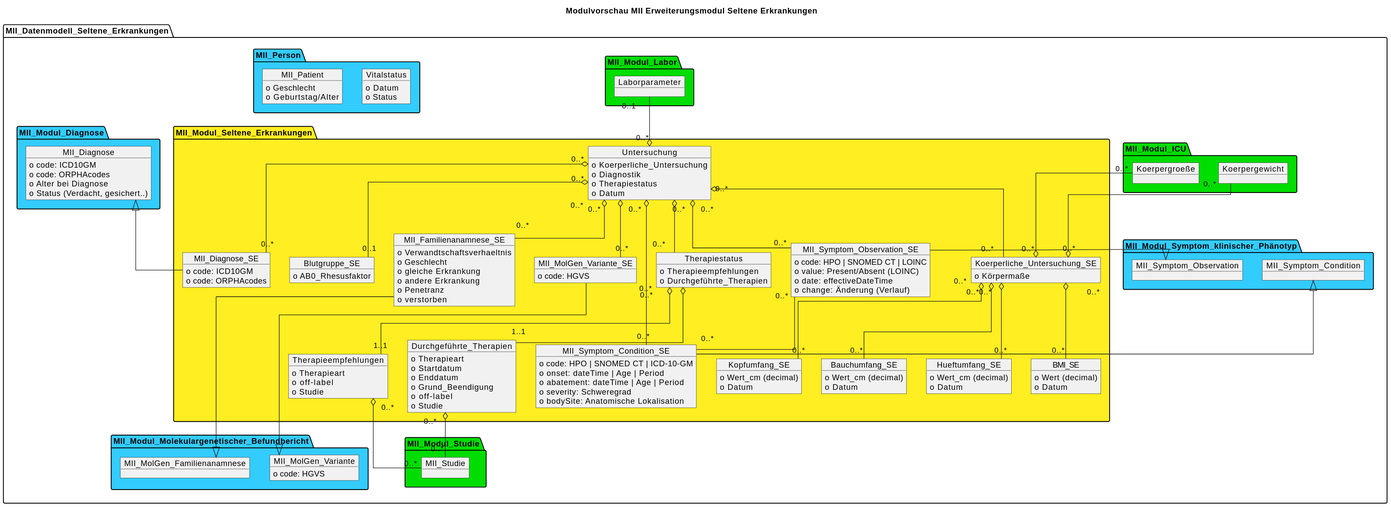
The PlantUML diagram information-model/MII_Datenmodell_Seltene_Erkrankungen_logisch.svg in medizininformatik-initiative/kerndatensatzmodul-seltene-erkrankungen, before a commit.
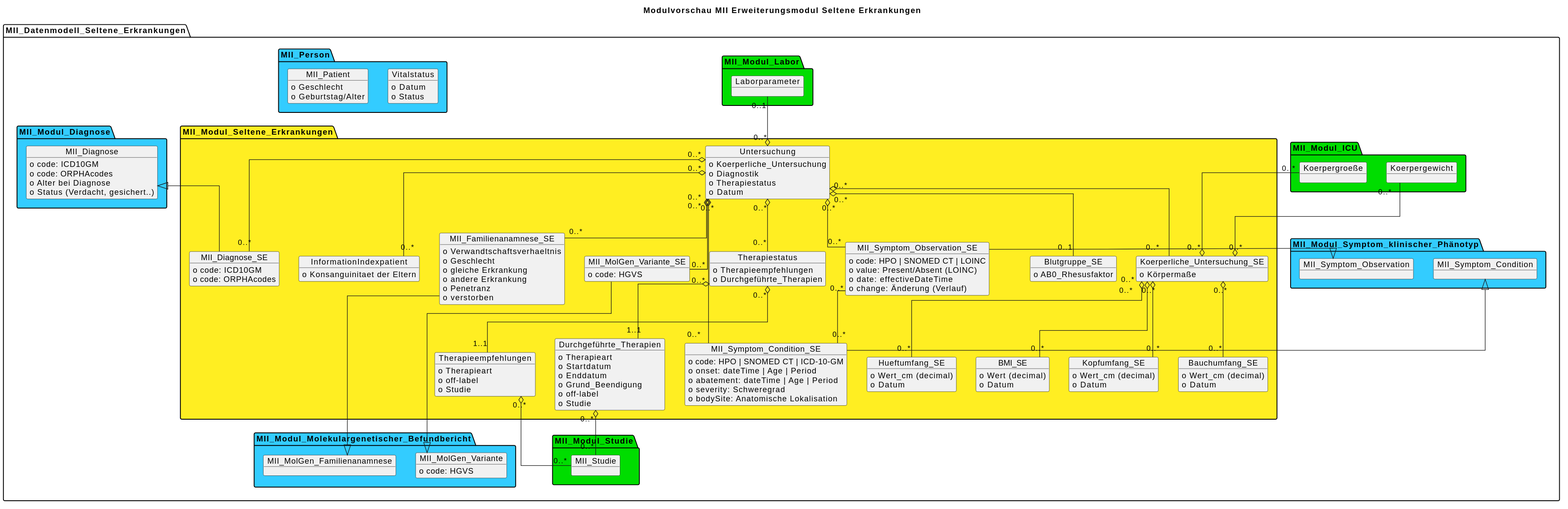
Above is the later version.

The edit, as a diff of the source:
```diff
@@ -100,6 +100,9 @@
     object Blutgruppe_SE {
       o AB0_Rhesusfaktor
     }
+    object InformationIndexpatient {
+      o Konsanguinitaet der Eltern
+    }
   }
   package "MII_Modul_ICU" #00DD00{
     object Koerpergewicht
@@ -147,6 +150,7 @@
   Untersuchung "0..*" o-- "0..1" Blutgruppe_SE
   Untersuchung "0..*" o-- "0..*" MII_Symptom_Condition_SE
   Untersuchung "0..*" o-- "0..*" Therapiestatus
+  Untersuchung "0..*" o-- "0..*" InformationIndexpatient
   Therapiestatus "0..*" o-down- "1..1" Therapieempfehlungen
   Therapiestatus "0..*" o-down- "1..1" Durchgeführte_Therapien
   Therapieempfehlungen "0..*" o-down- "0..*" MII_Studie
```
